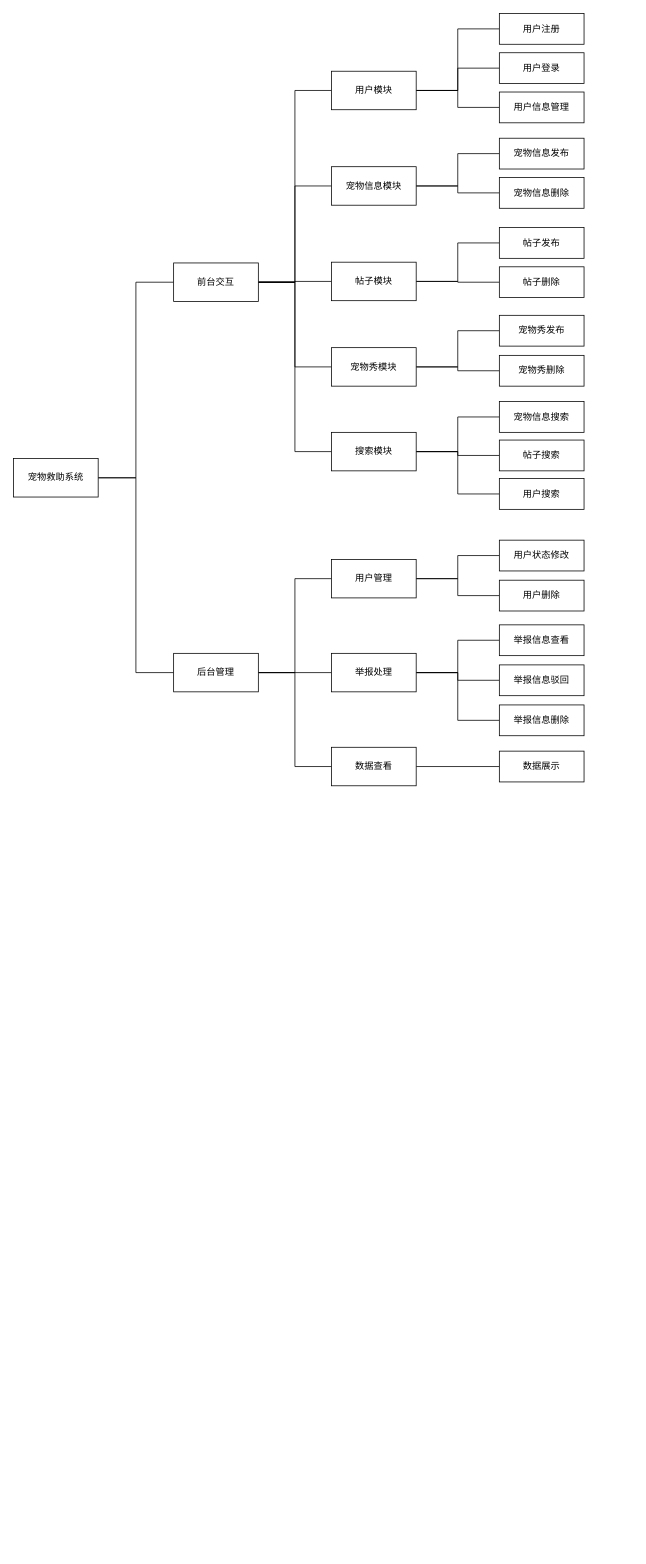
This is 功能模块图.drawio from Heart-clearing/git-demo, a draw.io file, before an edit. Source tidied: cells renumbered, new cells numbered last; positions are measured from the earlier drawing's top-left corner, leaving out a move shared by most shapes. Both pictures are drawn from the tidied source at 77%, with x=0, y=0 at pixel (13, 13).
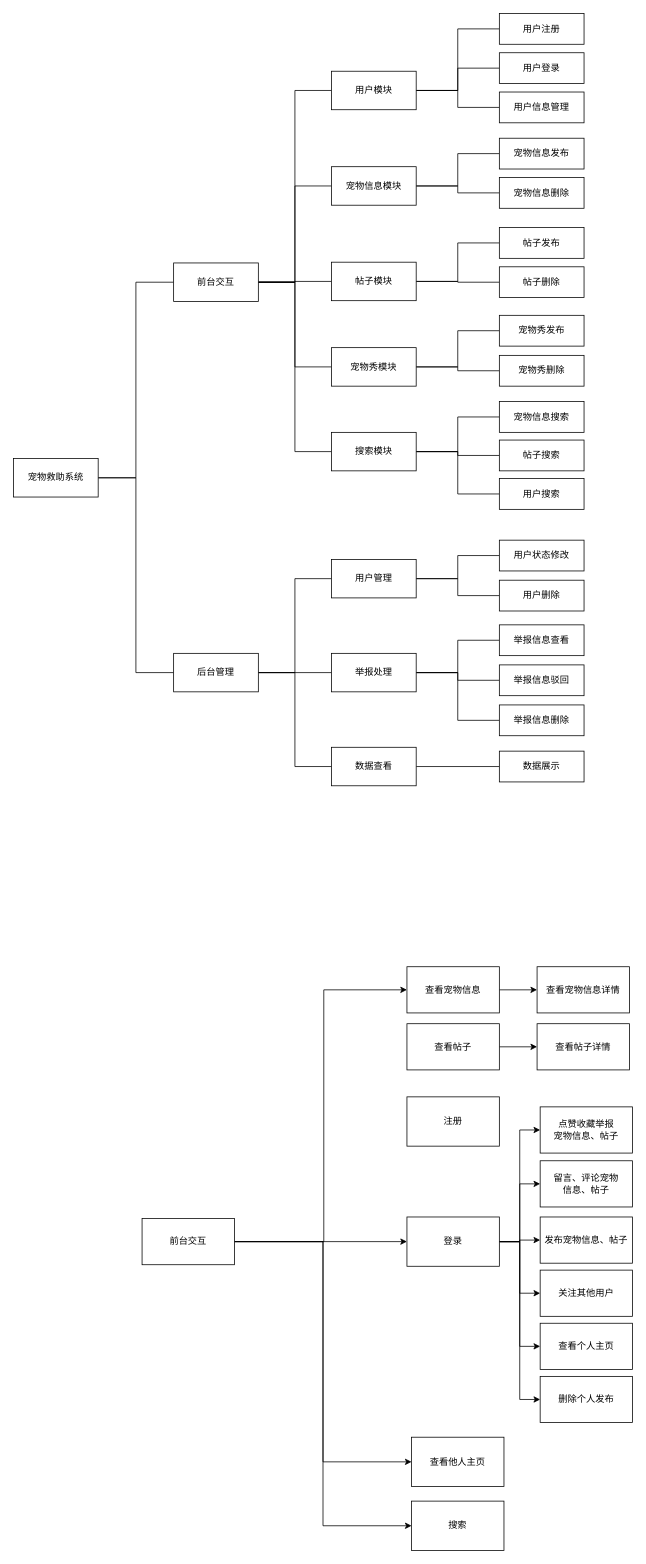
Above is the later version.

Commit message:
更新功能模块图.drawio

Change to the diagram source:
```diff
@@
+    <mxCell id="59" style="edgeStyle=orthogonalEdgeStyle;rounded=0;jettySize=auto;html=1;entryX=0;entryY=0.5;entryDx=0;entryDy=0;" parent="1" edge="1" source="63" target="65">
+      <mxGeometry relative="1" as="geometry">
+        <Array as="points">
+          <mxPoint x="403" y="1595" />
+          <mxPoint x="403" y="1268" />
+        </Array>
+      </mxGeometry>
+    </mxCell>
+    <mxCell id="60" style="edgeStyle=orthogonalEdgeStyle;rounded=0;jettySize=auto;html=1;entryX=0;entryY=0.5;entryDx=0;entryDy=0;" parent="1" edge="1" source="63" target="76">
+      <mxGeometry relative="1" as="geometry" />
+    </mxCell>
+    <mxCell id="61" style="edgeStyle=orthogonalEdgeStyle;rounded=0;jettySize=auto;html=1;entryX=0;entryY=0.5;entryDx=0;entryDy=0;" parent="1" edge="1" source="63" target="84">
+      <mxGeometry relative="1" as="geometry" />
+    </mxCell>
+    <mxCell id="62" style="edgeStyle=orthogonalEdgeStyle;rounded=0;jettySize=auto;html=1;entryX=0;entryY=0.5;entryDx=0;entryDy=0;" parent="1" edge="1" source="63" target="83">
+      <mxGeometry relative="1" as="geometry" />
+    </mxCell>
+    <mxCell id="63" value="前台交互" style="rounded=0;whiteSpace=wrap;html=1;" parent="1" vertex="1">
+      <mxGeometry x="167" y="1565" width="120" height="60" as="geometry" />
+    </mxCell>
+    <mxCell id="64" style="edgeStyle=orthogonalEdgeStyle;rounded=0;jettySize=auto;html=1;" parent="1" edge="1" source="65" target="66">
+      <mxGeometry relative="1" as="geometry" />
+    </mxCell>
+    <mxCell id="65" value="查看宠物信息" style="whiteSpace=wrap;html=1;rounded=0;" parent="1" vertex="1">
+      <mxGeometry x="511" y="1238" width="120" height="60" as="geometry" />
+    </mxCell>
+    <mxCell id="66" value="查看宠物信息详情" style="whiteSpace=wrap;html=1;rounded=0;" parent="1" vertex="1">
+      <mxGeometry x="680" y="1238" width="120" height="60" as="geometry" />
+    </mxCell>
+    <mxCell id="67" style="edgeStyle=orthogonalEdgeStyle;rounded=0;jettySize=auto;html=1;" parent="1" edge="1" source="68" target="69">
+      <mxGeometry relative="1" as="geometry" />
+    </mxCell>
+    <mxCell id="68" value="查看帖子" style="whiteSpace=wrap;html=1;rounded=0;" parent="1" vertex="1">
+      <mxGeometry x="511" y="1312" width="120" height="60" as="geometry" />
+    </mxCell>
+    <mxCell id="69" value="查看帖子详情" style="whiteSpace=wrap;html=1;rounded=0;" parent="1" vertex="1">
+      <mxGeometry x="680" y="1312" width="120" height="60" as="geometry" />
+    </mxCell>
+    <mxCell id="70" style="edgeStyle=orthogonalEdgeStyle;rounded=0;jettySize=auto;html=1;entryX=0;entryY=0.5;entryDx=0;entryDy=0;" parent="1" edge="1" source="76" target="79">
+      <mxGeometry relative="1" as="geometry" />
+    </mxCell>
+    <mxCell id="71" style="edgeStyle=orthogonalEdgeStyle;rounded=0;jettySize=auto;html=1;entryX=0;entryY=0.5;entryDx=0;entryDy=0;" parent="1" edge="1" source="76" target="78">
+      <mxGeometry relative="1" as="geometry" />
+    </mxCell>
+    <mxCell id="72" style="edgeStyle=orthogonalEdgeStyle;rounded=0;jettySize=auto;html=1;entryX=0;entryY=0.5;entryDx=0;entryDy=0;" parent="1" edge="1" source="76" target="81">
+      <mxGeometry relative="1" as="geometry" />
+    </mxCell>
+    <mxCell id="73" style="edgeStyle=orthogonalEdgeStyle;rounded=0;jettySize=auto;html=1;entryX=0;entryY=0.5;entryDx=0;entryDy=0;" parent="1" edge="1" source="76" target="77">
+      <mxGeometry relative="1" as="geometry" />
+    </mxCell>
+    <mxCell id="74" style="edgeStyle=orthogonalEdgeStyle;rounded=0;jettySize=auto;html=1;entryX=0;entryY=0.5;entryDx=0;entryDy=0;" parent="1" edge="1" source="76" target="80">
+      <mxGeometry relative="1" as="geometry" />
+    </mxCell>
+    <mxCell id="75" style="edgeStyle=orthogonalEdgeStyle;rounded=0;jettySize=auto;html=1;entryX=0;entryY=0.5;entryDx=0;entryDy=0;" parent="1" edge="1" source="76" target="82">
+      <mxGeometry relative="1" as="geometry" />
+    </mxCell>
+    <mxCell id="76" value="登录" style="whiteSpace=wrap;html=1;rounded=0;" parent="1" vertex="1">
+      <mxGeometry x="511" y="1563" width="120" height="64" as="geometry" />
+    </mxCell>
+    <mxCell id="77" value="关注其他用户" style="whiteSpace=wrap;html=1;rounded=0;" parent="1" vertex="1">
+      <mxGeometry x="684" y="1632" width="120" height="60" as="geometry" />
+    </mxCell>
+    <mxCell id="78" value="留言、评论宠物&lt;br&gt;信息、帖子" style="whiteSpace=wrap;html=1;rounded=0;" parent="1" vertex="1">
+      <mxGeometry x="684" y="1490" width="120" height="60" as="geometry" />
+    </mxCell>
+    <mxCell id="79" value="点赞收藏举报&lt;br&gt;宠物信息、帖子" style="whiteSpace=wrap;html=1;rounded=0;" parent="1" vertex="1">
+      <mxGeometry x="684" y="1420" width="120" height="60" as="geometry" />
+    </mxCell>
+    <mxCell id="80" value="查看个人主页" style="whiteSpace=wrap;html=1;rounded=0;" parent="1" vertex="1">
+      <mxGeometry x="684" y="1701" width="120" height="60" as="geometry" />
+    </mxCell>
+    <mxCell id="81" value="发布宠物信息、帖子" style="whiteSpace=wrap;html=1;rounded=0;" parent="1" vertex="1">
+      <mxGeometry x="684" y="1563" width="120" height="60" as="geometry" />
+    </mxCell>
+    <mxCell id="82" value="删除个人发布" style="whiteSpace=wrap;html=1;rounded=0;" parent="1" vertex="1">
+      <mxGeometry x="684" y="1770" width="120" height="60" as="geometry" />
+    </mxCell>
+    <mxCell id="83" value="搜索" style="whiteSpace=wrap;html=1;rounded=0;" parent="1" vertex="1">
+      <mxGeometry x="517" y="1932" width="120" height="64" as="geometry" />
+    </mxCell>
+    <mxCell id="84" value="查看他人主页" style="whiteSpace=wrap;html=1;rounded=0;" parent="1" vertex="1">
+      <mxGeometry x="517" y="1849" width="120" height="64" as="geometry" />
+    </mxCell>
+    <mxCell id="85" value="注册" style="whiteSpace=wrap;html=1;rounded=0;" parent="1" vertex="1">
+      <mxGeometry x="511" y="1407" width="120" height="64" as="geometry" />
+    </mxCell>
```
